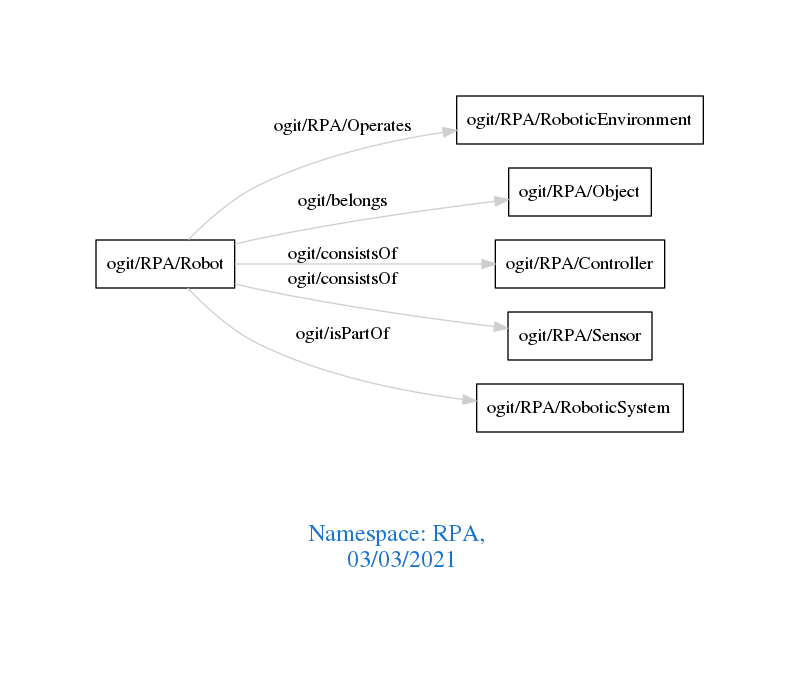
Before: downloads/RPA.png, a diagram exported from Graphviz (arago/OGIT). Its source is kept beside it as downloads/RPA.dot.
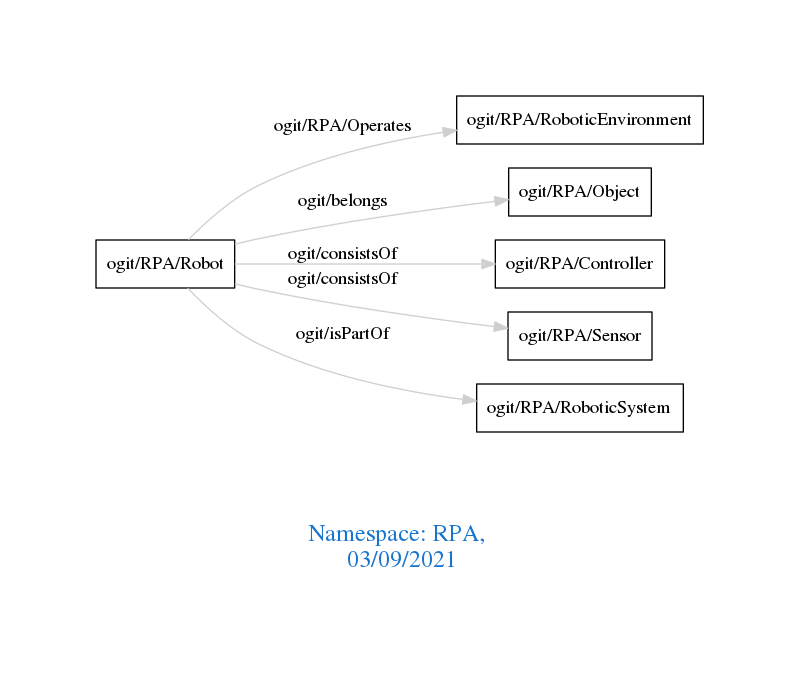
Later version of the same file.

Diff of the diagram source:
```diff
@@ -1,7 +1,7 @@
 digraph OGIT_ontology {
  graph [ rankdir= LR,pad=1
 fontsize = 18,
-fontcolor= dodgerblue3,label = "\n\n\nNamespace: RPA, \n 03/03/2021"];
+fontcolor= dodgerblue3,label = "\n\n\nNamespace: RPA, \n 03/09/2021"];
 node[shape=polygon];
 edge [  color="gray81"];
 
```
